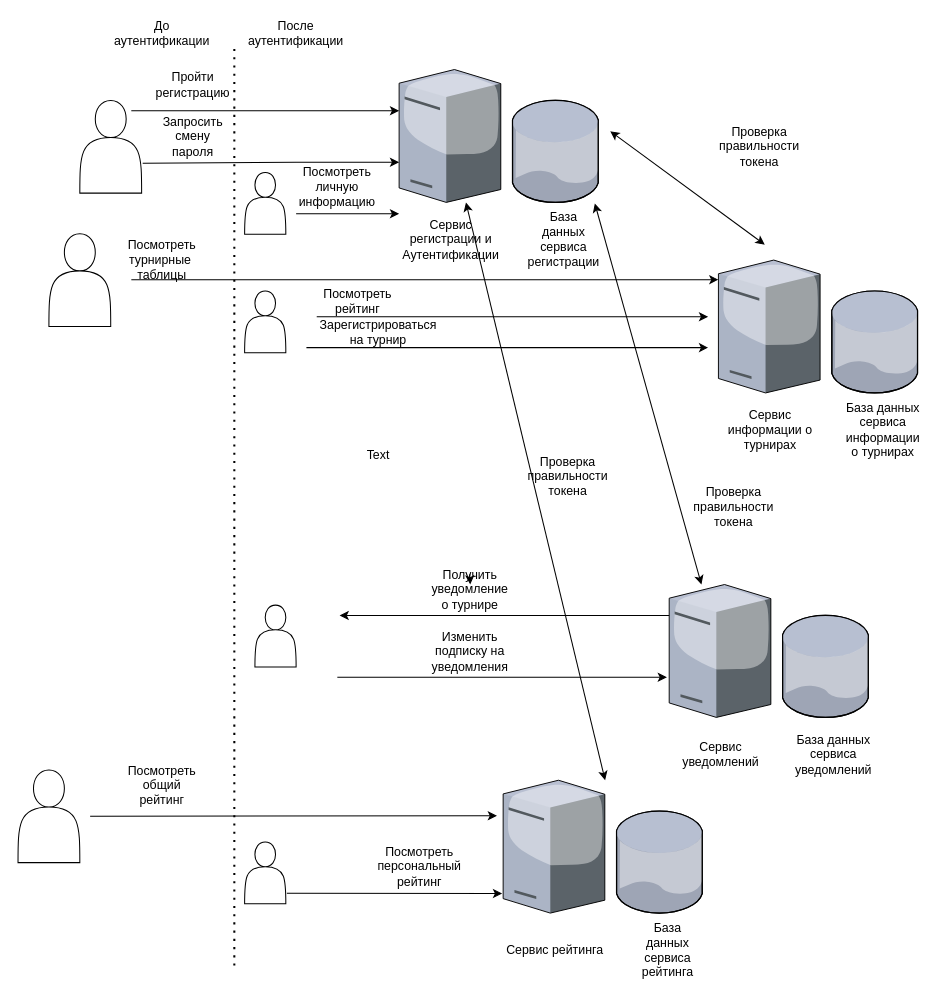
This is diagram/Диаграмма без названия.drawio from Chubanova/ArchitectureHW10, a draw.io file, before an edit. Source tidied: cells renumbered, new cells numbered last; positions are measured from the earlier drawing's top-left corner, leaving out a move shared by most shapes. Both pictures are drawn from the tidied source at 103%, with x=0, y=0 at pixel (18, 18).
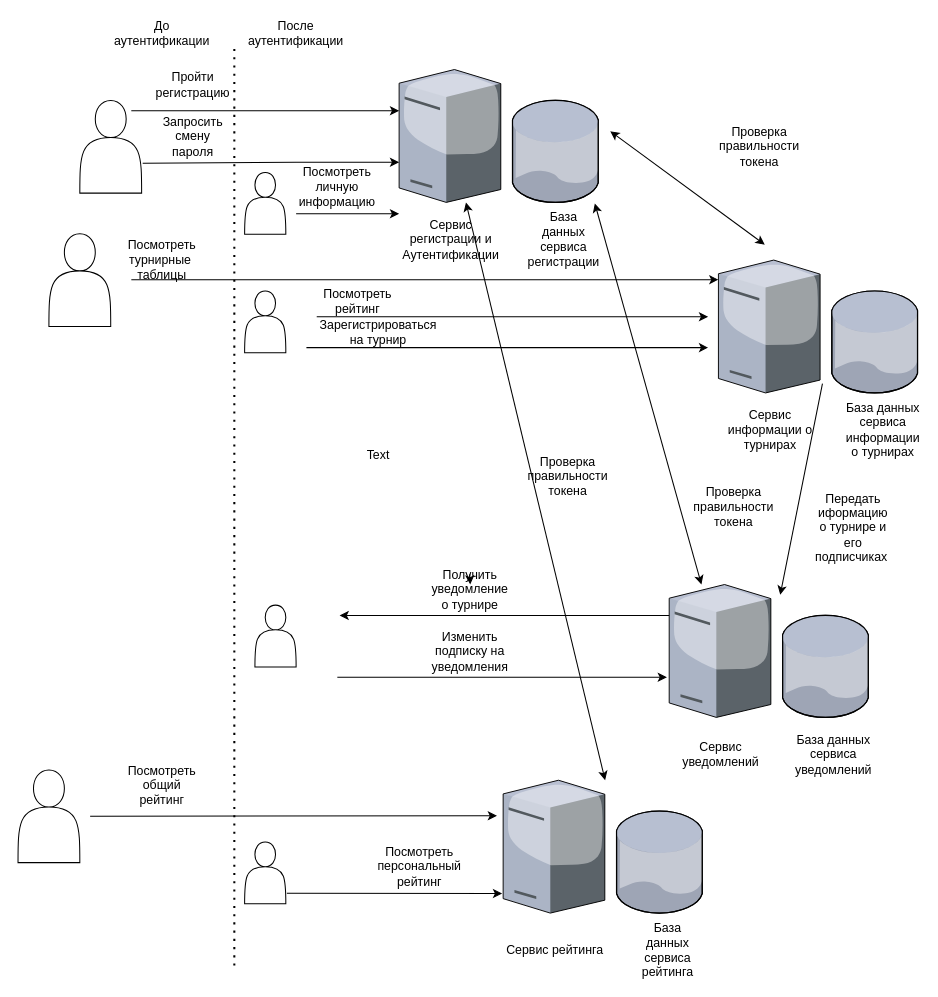
Above is the later version.

What changed in the source:
```diff
@@
+    <mxCell id="56" value="Передать иформацию о турнире и его подписчиках&amp;nbsp;" style="text;html=1;strokeColor=none;fillColor=none;align=center;verticalAlign=middle;whiteSpace=wrap;rounded=0;" parent="1" vertex="1">
+      <mxGeometry x="781" y="480" width="60" height="30" as="geometry" />
+    </mxCell>
+    <mxCell id="57" style="endArrow=classic;html=1;rounded=0;" parent="1" edge="1">
+      <mxGeometry relative="1" as="geometry">
+        <mxPoint x="781" y="355" as="sourcePoint" />
+        <mxPoint x="740" y="560" as="targetPoint" />
+      </mxGeometry>
+    </mxCell>
```
